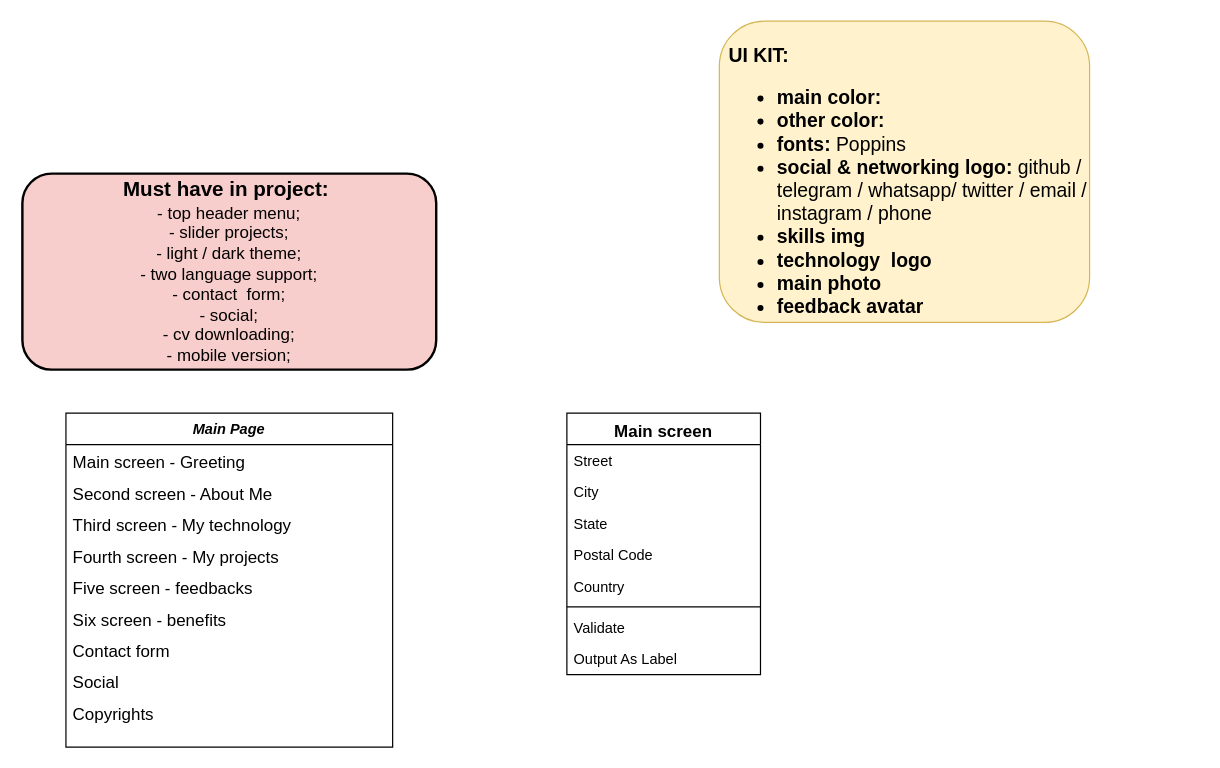
vigonin83/my-portfolio keeps this draw.io diagram as Untitled Diagram.drawio. Above is the earlier version. Source tidied: cells renumbered, new cells numbered last; positions are measured from the earlier drawing's top-left corner, leaving out a move shared by most shapes. Both pictures are drawn from the tidied source at 121%, with x=0, y=0 at pixel (22, 21).
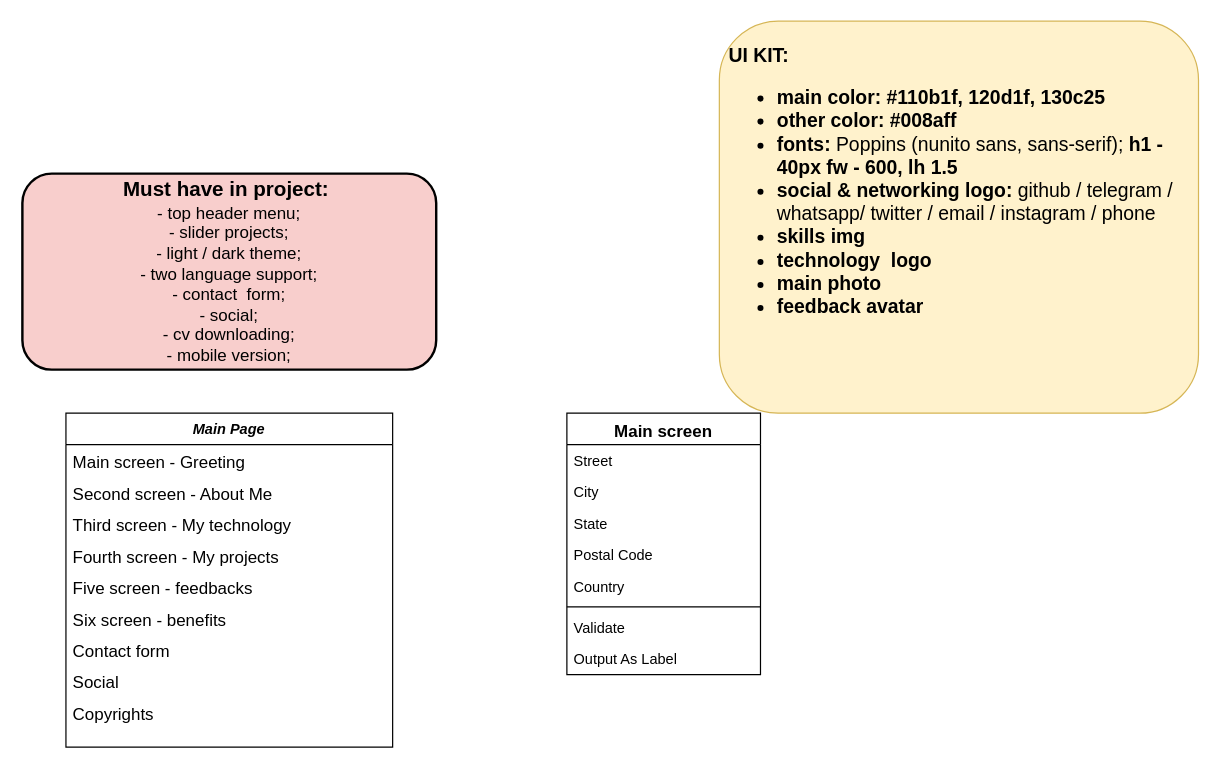
The same page after the edit.

What changed in the source:
```diff
@@
-    <mxCell id="22" value="UI KIT:&lt;br&gt;&lt;ul&gt;&lt;li&gt;main color:&lt;/li&gt;&lt;li&gt;other color:&lt;/li&gt;&lt;li&gt;fonts: &lt;span style=&quot;font-weight: 400;&quot;&gt;Poppins&lt;/span&gt;&lt;/li&gt;&lt;li&gt;social &amp;amp; networking logo: &lt;span style=&quot;font-weight: 400;&quot;&gt;github / telegram / whatsapp/ twitter / email / instagram / phone&amp;nbsp;&lt;/span&gt;&lt;/li&gt;&lt;li&gt;skills img&lt;/li&gt;&lt;li&gt;technology&amp;nbsp; logo&lt;/li&gt;&lt;li&gt;main photo&lt;/li&gt;&lt;li&gt;feedback avatar&lt;/li&gt;&lt;/ul&gt;" style="rounded=1;fillColor=#fff2cc;strokeColor=#d6b656;align=left;fontStyle=1;fontSize=16;labelBackgroundColor=none;labelBorderColor=none;whiteSpace=wrap;html=1;spacingLeft=6;spacingBottom=0;horizontal=1;verticalAlign=top;spacingTop=12;" parent="1" vertex="1">
-      <mxGeometry x="576" width="306" height="249" as="geometry" />
+    <mxCell id="22" value="UI KIT:&lt;br&gt;&lt;ul&gt;&lt;li&gt;main color: #110b1f,&amp;nbsp;120d1f,&amp;nbsp;130c25&lt;/li&gt;&lt;li&gt;other color: #008aff&lt;/li&gt;&lt;li&gt;fonts: &lt;span style=&quot;font-weight: 400;&quot;&gt;Poppins (nunito sans, sans-serif);&amp;nbsp;&lt;/span&gt;h1 - 40px fw - 600, lh 1.5&lt;/li&gt;&lt;li&gt;social &amp;amp; networking logo: &lt;span style=&quot;font-weight: 400;&quot;&gt;github / telegram / whatsapp/ twitter / email / instagram / phone&amp;nbsp;&lt;/span&gt;&lt;/li&gt;&lt;li&gt;skills img&lt;/li&gt;&lt;li&gt;technology&amp;nbsp; logo&lt;/li&gt;&lt;li&gt;main photo&lt;/li&gt;&lt;li&gt;feedback avatar&lt;/li&gt;&lt;/ul&gt;" style="rounded=1;fillColor=#fff2cc;strokeColor=#d6b656;align=left;fontStyle=1;fontSize=16;labelBackgroundColor=none;labelBorderColor=none;whiteSpace=wrap;html=1;spacingLeft=6;spacingBottom=0;horizontal=1;verticalAlign=top;spacingTop=12;" parent="1" vertex="1">
+      <mxGeometry x="576" width="396" height="324" as="geometry" />
     </mxCell>
```
